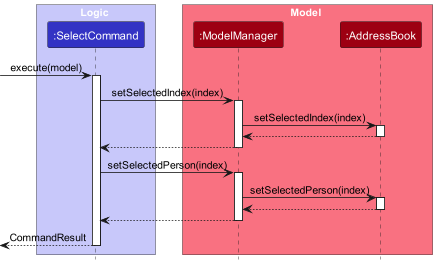
The PlantUML diagram docs/images/SelectSequenceDiagram.png in nus-cs2103-AY2223S2/tp, before a commit.
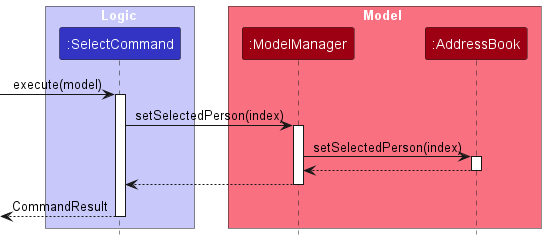
The same file after the commit.

What changed in the source:
```diff
@@ -12,18 +12,6 @@
 
 [-> SelectCommand : execute(model)
 activate SelectCommand
-
-SelectCommand -> ModelManager : setSelectedIndex(index)
-activate ModelManager
-
-ModelManager -> AddressBook : setSelectedIndex(index)
-activate AddressBook
-
-AddressBook ---> ModelManager
-deactivate AddressBook
-
-ModelManager ---> SelectCommand
-deactivate ModelManager
 
 SelectCommand -> ModelManager : setSelectedPerson(index)
 activate ModelManager
```
